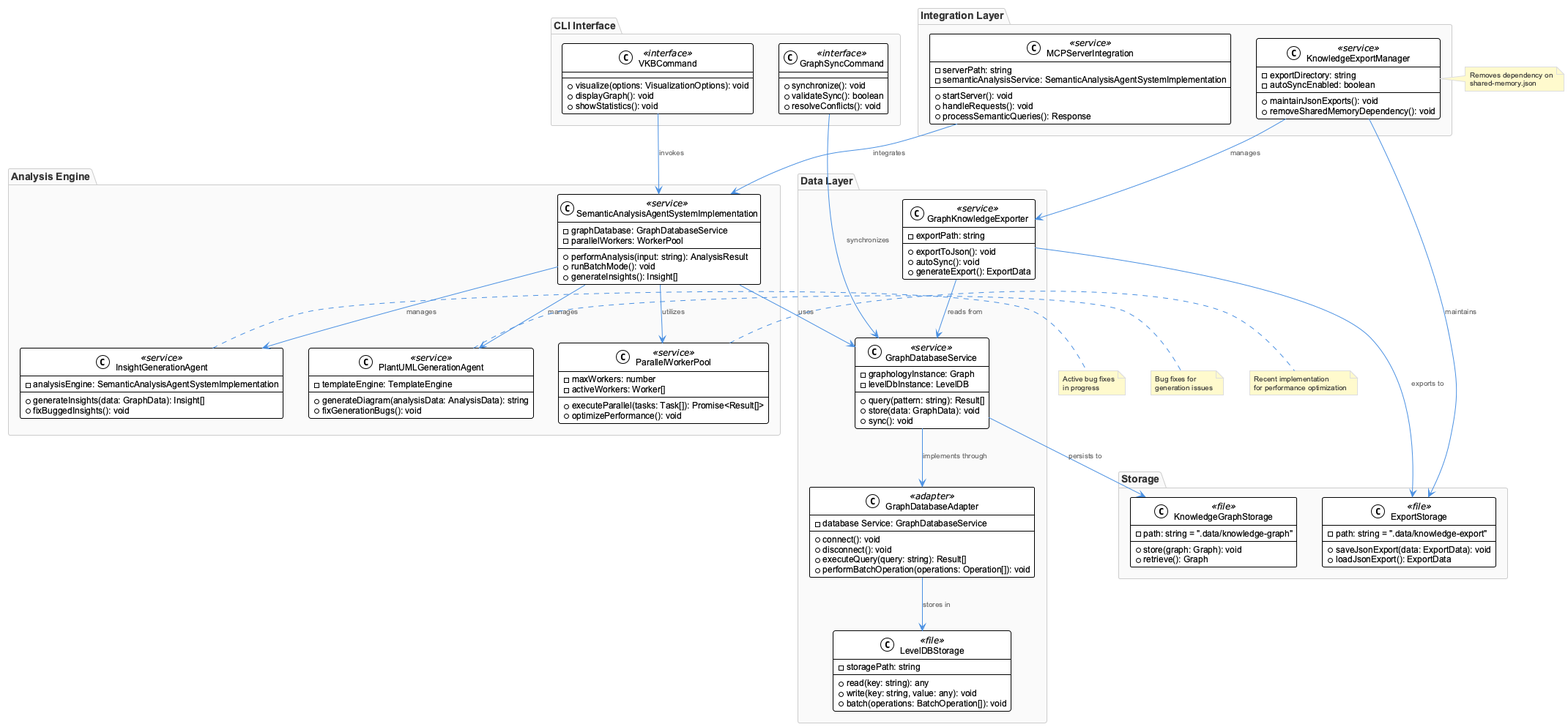
Earlier version of the PlantUML export knowledge-management/insights/images/semantic-analysis-agent-system-implementation-class.png (fwornle/coding). The source it was exported from:
```plantuml
@startuml
!include /Users/q284340/Agentic/coding/docs/puml/_standard-style.puml

package "Data Layer" {
    class GraphDatabaseService <<service>> {
        -graphologyInstance: Graph
        -levelDbInstance: LevelDB
        +query(pattern: string): Result[]
        +store(data: GraphData): void
        +sync(): void
    }

    class GraphDatabaseAdapter <<adapter>> {
        -database Service: GraphDatabaseService
        +connect(): void
        +disconnect(): void
        +executeQuery(query: string): Result[]
        +performBatchOperation(operations: Operation[]): void
    }

    class GraphKnowledgeExporter <<service>> {
        -exportPath: string
        +exportToJson(): void
        +autoSync(): void
        +generateExport(): ExportData
    }

    class LevelDBStorage <<file>> {
        -storagePath: string
        +read(key: string): any
        +write(key: string, value: any): void
        +batch(operations: BatchOperation[]): void
    }
}

package "Analysis Engine" {
    class SemanticAnalysisAgentSystemImplementation <<service>> {
        -graphDatabase: GraphDatabaseService
        -parallelWorkers: WorkerPool
        +performAnalysis(input: string): AnalysisResult
        +runBatchMode(): void
        +generateInsights(): Insight[]
    }

    class ParallelWorkerPool <<service>> {
        -maxWorkers: number
        -activeWorkers: Worker[]
        +executeParallel(tasks: Task[]): Promise<Result[]>
        +optimizePerformance(): void
    }

    class InsightGenerationAgent <<service>> {
        -analysisEngine: SemanticAnalysisAgentSystemImplementation
        +generateInsights(data: GraphData): Insight[]
        +fixBuggedInsights(): void
    }

    class PlantUMLGenerationAgent <<service>> {
        -templateEngine: TemplateEngine
        +generateDiagram(analysisData: AnalysisData): string
        +fixGenerationBugs(): void
    }
}

package "CLI Interface" {
    class VKBCommand <<interface>> {
        +visualize(options: VisualizationOptions): void
        +displayGraph(): void
        +showStatistics(): void
    }

    class GraphSyncCommand <<interface>> {
        +synchronize(): void
        +validateSync(): boolean
        +resolveConflicts(): void
    }
}

package "Integration Layer" {
    class MCPServerIntegration <<service>> {
        -serverPath: string
        -semanticAnalysisService: SemanticAnalysisAgentSystemImplementation
        +startServer(): void
        +handleRequests(): void
        +processSemanticQueries(): Response
    }

    class KnowledgeExportManager <<service>> {
        -exportDirectory: string
        -autoSyncEnabled: boolean
        +maintainJsonExports(): void
        +removeSharedMemoryDependency(): void
    }
}

package "Storage" {
    class KnowledgeGraphStorage <<file>> {
        -path: string = ".data/knowledge-graph"
        +store(graph: Graph): void
        +retrieve(): Graph
    }

    class ExportStorage <<file>> {
        -path: string = ".data/knowledge-export"
        +saveJsonExport(data: ExportData): void
        +loadJsonExport(): ExportData
    }
}

SemanticAnalysisAgentSystemImplementation --> GraphDatabaseService : uses
GraphDatabaseService --> GraphDatabaseAdapter : implements through
GraphDatabaseAdapter --> LevelDBStorage : stores in
GraphDatabaseService --> KnowledgeGraphStorage : persists to
GraphKnowledgeExporter --> ExportStorage : exports to
GraphKnowledgeExporter --> GraphDatabaseService : reads from

SemanticAnalysisAgentSystemImplementation --> ParallelWorkerPool : utilizes
SemanticAnalysisAgentSystemImplementation --> InsightGenerationAgent : manages
SemanticAnalysisAgentSystemImplementation --> PlantUMLGenerationAgent : manages

VKBCommand --> SemanticAnalysisAgentSystemImplementation : invokes
GraphSyncCommand --> GraphDatabaseService : synchronizes

MCPServerIntegration --> SemanticAnalysisAgentSystemImplementation : integrates
KnowledgeExportManager --> GraphKnowledgeExporter : manages
KnowledgeExportManager --> ExportStorage : maintains

note right of ParallelWorkerPool : Recent implementation\nfor performance optimization
note right of InsightGenerationAgent : Active bug fixes\nin progress
note right of PlantUMLGenerationAgent : Bug fixes for\ngeneration issues
note right of KnowledgeExportManager : Removes dependency on\nshared-memory.json

@enduml
```
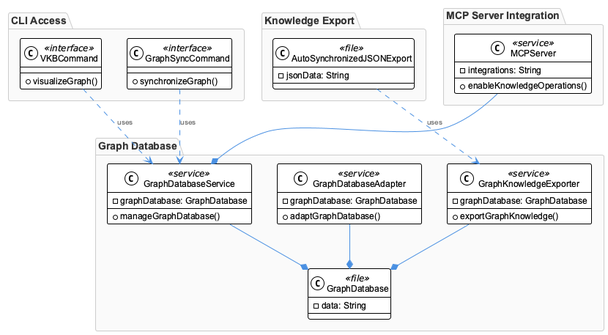
Above is the later version.

What changed in the source:
```diff
@@ -1,133 +1,52 @@
 @startuml
 !include /Users/q284340/Agentic/coding/docs/puml/_standard-style.puml
 
-package "Data Layer" {
-    class GraphDatabaseService <<service>> {
-        -graphologyInstance: Graph
-        -levelDbInstance: LevelDB
-        +query(pattern: string): Result[]
-        +store(data: GraphData): void
-        +sync(): void
-    }
-
-    class GraphDatabaseAdapter <<adapter>> {
-        -database Service: GraphDatabaseService
-        +connect(): void
-        +disconnect(): void
-        +executeQuery(query: string): Result[]
-        +performBatchOperation(operations: Operation[]): void
-    }
-
-    class GraphKnowledgeExporter <<service>> {
-        -exportPath: string
-        +exportToJson(): void
-        +autoSync(): void
-        +generateExport(): ExportData
-    }
-
-    class LevelDBStorage <<file>> {
-        -storagePath: string
-        +read(key: string): any
-        +write(key: string, value: any): void
-        +batch(operations: BatchOperation[]): void
-    }
+package "Graph Database" {
+  class GraphDatabaseService <<service>> {
+    - graphDatabase: GraphDatabase
+    + manageGraphDatabase()
+  }
+  class GraphDatabaseAdapter <<service>> {
+    - graphDatabase: GraphDatabase
+    + adaptGraphDatabase()
+  }
+  class GraphKnowledgeExporter <<service>> {
+    - graphDatabase: GraphDatabase
+    + exportGraphKnowledge()
+  }
+  class GraphDatabase <<file>> {
+    - data: String
+  }
 }
 
-package "Analysis Engine" {
-    class SemanticAnalysisAgentSystemImplementation <<service>> {
-        -graphDatabase: GraphDatabaseService
-        -parallelWorkers: WorkerPool
-        +performAnalysis(input: string): AnalysisResult
-        +runBatchMode(): void
-        +generateInsights(): Insight[]
-    }
-
-    class ParallelWorkerPool <<service>> {
-        -maxWorkers: number
-        -activeWorkers: Worker[]
-        +executeParallel(tasks: Task[]): Promise<Result[]>
-        +optimizePerformance(): void
-    }
-
-    class InsightGenerationAgent <<service>> {
-        -analysisEngine: SemanticAnalysisAgentSystemImplementation
-        +generateInsights(data: GraphData): Insight[]
-        +fixBuggedInsights(): void
-    }
-
-    class PlantUMLGenerationAgent <<service>> {
-        -templateEngine: TemplateEngine
-        +generateDiagram(analysisData: AnalysisData): string
-        +fixGenerationBugs(): void
-    }
+package "CLI Access" {
+  class VKBCommand <<interface>> {
+    + visualizeGraph()
+  }
+  class GraphSyncCommand <<interface>> {
+    + synchronizeGraph()
+  }
 }
 
-package "CLI Interface" {
-    class VKBCommand <<interface>> {
-        +visualize(options: VisualizationOptions): void
-        +displayGraph(): void
-        +showStatistics(): void
-    }
-
-    class GraphSyncCommand <<interface>> {
-        +synchronize(): void
-        +validateSync(): boolean
-        +resolveConflicts(): void
-    }
+package "Knowledge Export" {
+  class AutoSynchronizedJSONExport <<file>> {
+    - jsonData: String
+  }
 }
 
-package "Integration Layer" {
-    class MCPServerIntegration <<service>> {
-        -serverPath: string
-        -semanticAnalysisService: SemanticAnalysisAgentSystemImplementation
-        +startServer(): void
-        +handleRequests(): void
-        +processSemanticQueries(): Response
-    }
-
-    class KnowledgeExportManager <<service>> {
-        -exportDirectory: string
-        -autoSyncEnabled: boolean
-        +maintainJsonExports(): void
-        +removeSharedMemoryDependency(): void
-    }
+package "MCP Server Integration" {
+  class MCPServer <<service>> {
+    - integrations: String
+    + enableKnowledgeOperations()
+  }
 }
 
-package "Storage" {
-    class KnowledgeGraphStorage <<file>> {
-        -path: string = ".data/knowledge-graph"
-        +store(graph: Graph): void
-        +retrieve(): Graph
-    }
-
-    class ExportStorage <<file>> {
-        -path: string = ".data/knowledge-export"
-        +saveJsonExport(data: ExportData): void
-        +loadJsonExport(): ExportData
-    }
-}
-
-SemanticAnalysisAgentSystemImplementation --> GraphDatabaseService : uses
-GraphDatabaseService --> GraphDatabaseAdapter : implements through
-GraphDatabaseAdapter --> LevelDBStorage : stores in
-GraphDatabaseService --> KnowledgeGraphStorage : persists to
-GraphKnowledgeExporter --> ExportStorage : exports to
-GraphKnowledgeExporter --> GraphDatabaseService : reads from
-
-SemanticAnalysisAgentSystemImplementation --> ParallelWorkerPool : utilizes
-SemanticAnalysisAgentSystemImplementation --> InsightGenerationAgent : manages
-SemanticAnalysisAgentSystemImplementation --> PlantUMLGenerationAgent : manages
-
-VKBCommand --> SemanticAnalysisAgentSystemImplementation : invokes
-GraphSyncCommand --> GraphDatabaseService : synchronizes
-
-MCPServerIntegration --> SemanticAnalysisAgentSystemImplementation : integrates
-KnowledgeExportManager --> GraphKnowledgeExporter : manages
-KnowledgeExportManager --> ExportStorage : maintains
-
-note right of ParallelWorkerPool : Recent implementation\nfor performance optimization
-note right of InsightGenerationAgent : Active bug fixes\nin progress
-note right of PlantUMLGenerationAgent : Bug fixes for\ngeneration issues
-note right of KnowledgeExportManager : Removes dependency on\nshared-memory.json
+GraphDatabaseService --* GraphDatabase
+GraphDatabaseAdapter --* GraphDatabase
+GraphKnowledgeExporter --* GraphDatabase
+VKBCommand ..> GraphDatabaseService : uses
+GraphSyncCommand ..> GraphDatabaseService : uses
+AutoSynchronizedJSONExport ..> GraphKnowledgeExporter : uses
+MCPServer --* GraphDatabaseService
 
 @enduml
```
